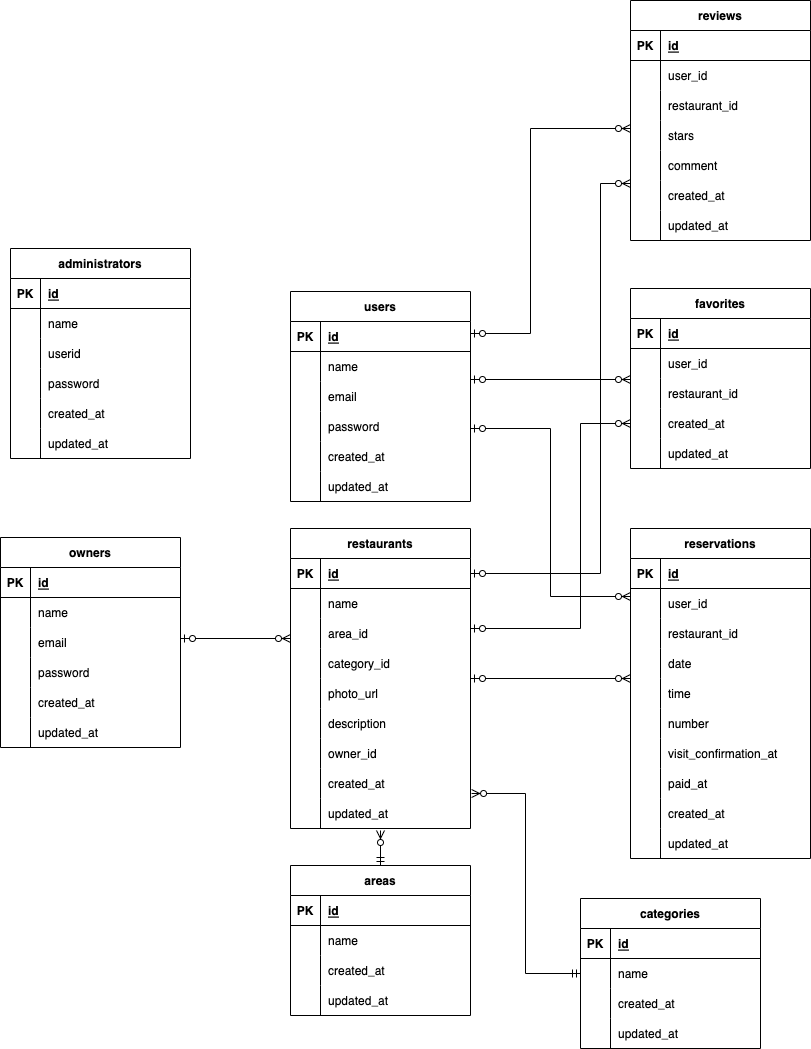
This is src/resources/docs/er_diagram.drawio.png from chie-ichi/trial02, a draw.io export, as it was before one commit. Source tidied: cells renumbered, new cells last; positions are measured from the earlier drawing's top-left corner, leaving out a move shared by most shapes.
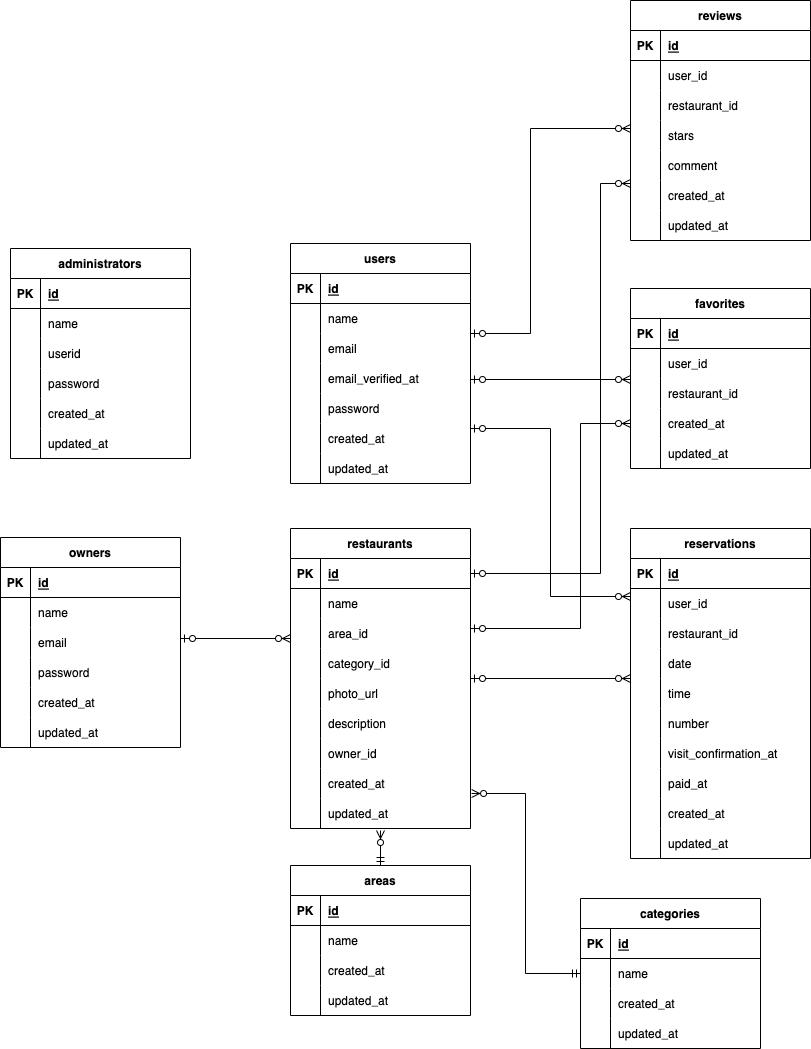
The same diagram one commit later.

Change to the diagram source:
```diff
@@ -3,7 +3,7 @@
     <mxCell id="0" />
     <mxCell id="1" parent="0" />
     <mxCell id="2" value="users" style="shape=table;startSize=30;rowLines=0;fontStyle=1;align=center;" parent="1" vertex="1">
-      <mxGeometry x="290" y="291" width="180" height="210" as="geometry" />
+      <mxGeometry x="290" y="243" width="180" height="240" as="geometry" />
     </mxCell>
     <mxCell id="3" style="shape=tableRow;horizontal=0;startSize=0;swimlaneHead=0;swimlaneBody=0;fillColor=none;top=0;left=0;right=0;bottom=1;" parent="2" vertex="1">
       <mxGeometry y="30" width="180" height="30" as="geometry" />
@@ -32,8 +32,17 @@
     <mxCell id="11" value="email" style="shape=partialRectangle;fillColor=none;top=0;left=0;bottom=0;right=0;align=left;spacingLeft=6;overflow=hidden;" parent="9" vertex="1">
       <mxGeometry x="30" width="150" height="30" as="geometry" />
     </mxCell>
+    <mxCell id="191" style="shape=tableRow;horizontal=0;startSize=0;swimlaneHead=0;swimlaneBody=0;fillColor=none;top=0;left=0;right=0;bottom=0;" parent="2" vertex="1">
+      <mxGeometry y="120" width="180" height="30" as="geometry" />
+    </mxCell>
+    <mxCell id="192" style="shape=partialRectangle;fillColor=none;top=0;left=0;bottom=0;right=0;overflow=hidden;" parent="191" vertex="1">
+      <mxGeometry width="30" height="30" as="geometry" />
+    </mxCell>
+    <mxCell id="193" value="email_verified_at" style="shape=partialRectangle;fillColor=none;top=0;left=0;bottom=0;right=0;align=left;spacingLeft=6;overflow=hidden;" parent="191" vertex="1">
+      <mxGeometry x="30" width="150" height="30" as="geometry" />
+    </mxCell>
     <mxCell id="12" style="shape=tableRow;horizontal=0;startSize=0;swimlaneHead=0;swimlaneBody=0;fillColor=none;top=0;left=0;right=0;bottom=0;" parent="2" vertex="1">
-      <mxGeometry y="120" width="180" height="30" as="geometry" />
+      <mxGeometry y="150" width="180" height="30" as="geometry" />
     </mxCell>
     <mxCell id="13" style="shape=partialRectangle;fillColor=none;top=0;left=0;bottom=0;right=0;overflow=hidden;" parent="12" vertex="1">
       <mxGeometry width="30" height="30" as="geometry" />
@@ -42,7 +51,7 @@
       <mxGeometry x="30" width="150" height="30" as="geometry" />
     </mxCell>
     <mxCell id="15" style="shape=tableRow;horizontal=0;startSize=0;swimlaneHead=0;swimlaneBody=0;fillColor=none;top=0;left=0;right=0;bottom=0;" parent="2" vertex="1">
-      <mxGeometry y="150" width="180" height="30" as="geometry" />
+      <mxGeometry y="180" width="180" height="30" as="geometry" />
     </mxCell>
     <mxCell id="16" style="shape=partialRectangle;fillColor=none;top=0;left=0;bottom=0;right=0;overflow=hidden;" parent="15" vertex="1">
       <mxGeometry width="30" height="30" as="geometry" />
@@ -51,7 +60,7 @@
       <mxGeometry x="30" width="150" height="30" as="geometry" />
     </mxCell>
     <mxCell id="18" style="shape=tableRow;horizontal=0;startSize=0;swimlaneHead=0;swimlaneBody=0;fillColor=none;top=0;left=0;right=0;bottom=0;" parent="2" vertex="1">
-      <mxGeometry y="180" width="180" height="30" as="geometry" />
+      <mxGeometry y="210" width="180" height="30" as="geometry" />
     </mxCell>
     <mxCell id="19" style="shape=partialRectangle;fillColor=none;top=0;left=0;bottom=0;right=0;overflow=hidden;" parent="18" vertex="1">
       <mxGeometry width="30" height="30" as="geometry" />
```
